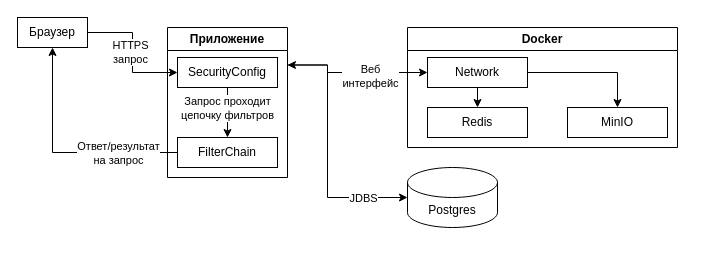
Above: page "Абстрактные компоненты" (1 of 3) of Схема компонентов.drawio in IlyaSannikow/e-catalog.ru (draw.io), before the change. Source tidied: cells renumbered, new cells numbered last; positions are measured from the earlier drawing's top-left corner, leaving out a move shared by most shapes. Both pictures are drawn from the tidied source at 100%, with x=0, y=0 at pixel (17, 17).
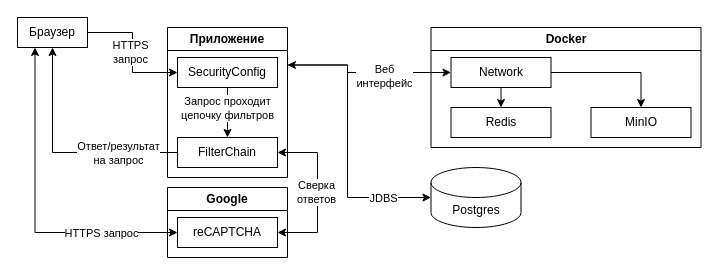
The same page after the edit.

The change refers to these unchanged cells:
```xml
<mxCell id="4" value="Браузер" style="rounded=0;whiteSpace=wrap;html=1;" parent="1" vertex="1">
  <mxGeometry width="70" height="30" as="geometry" />
</mxCell>
<mxCell id="7" value="Приложение" style="swimlane;whiteSpace=wrap;html=1;startSize=23;" parent="1" vertex="1">
  <mxGeometry x="150" y="10" width="120" height="150" as="geometry" />
</mxCell>
<mxCell id="11" value="FilterChain" style="rounded=0;whiteSpace=wrap;html=1;" parent="7" vertex="1">
  <mxGeometry x="10" y="110" width="100" height="30" as="geometry" />
</mxCell>
<mxCell id="17" value="Network" style="rounded=0;whiteSpace=wrap;html=1;" parent="14" vertex="1">
  <mxGeometry x="20" y="30" width="100" height="30" as="geometry" />
</mxCell>
```

Change to the diagram source:
```diff
@@
+    <mxCell id="23" style="edgeStyle=orthogonalEdgeStyle;rounded=0;jettySize=auto;html=1;exitX=0.25;exitY=1;exitDx=0;exitDy=0;entryX=0;entryY=0.5;entryDx=0;entryDy=0;startArrow=classic;startFill=1;" parent="1" edge="1" source="4" target="28">
+      <mxGeometry relative="1" as="geometry" />
+    </mxCell>
+    <mxCell id="24" value="HTTPS запрос" style="edgeLabel;html=1;align=center;verticalAlign=middle;" parent="23" vertex="1">
+      <mxGeometry x="0.53" relative="1" as="geometry" />
+    </mxCell>
@@
     <mxCell id="5" style="edgeStyle=orthogonalEdgeStyle;rounded=0;jettySize=auto;html=1;exitX=1;exitY=0.25;exitDx=0;exitDy=0;entryX=0;entryY=0.5;entryDx=0;entryDy=0;" parent="1" edge="1" source="7" target="17">
       <mxGeometry relative="1" as="geometry">
         <Array as="points">
-          <mxPoint x="310" y="48" />
-          <mxPoint x="310" y="55" />
+          <mxPoint x="330" y="48" />
+          <mxPoint x="330" y="55" />
         </Array>
       </mxGeometry>
     </mxCell>
@@
+    <mxCell id="25" style="edgeStyle=orthogonalEdgeStyle;rounded=0;jettySize=auto;html=1;exitX=1;exitY=0.5;exitDx=0;exitDy=0;entryX=1;entryY=0.5;entryDx=0;entryDy=0;startArrow=classic;startFill=1;" parent="1" edge="1" source="11" target="28">
+      <mxGeometry relative="1" as="geometry">
+        <Array as="points">
+          <mxPoint x="300" y="135" />
+          <mxPoint x="300" y="215" />
+        </Array>
+      </mxGeometry>
+    </mxCell>
+    <mxCell id="26" value="Сверка&lt;div&gt;ответов&lt;/div&gt;" style="edgeLabel;html=1;align=center;verticalAlign=middle;" parent="25" vertex="1">
+      <mxGeometry x="-0.01" y="-2" relative="1" as="geometry" />
+    </mxCell>
@@
     <mxCell id="14" value="Docker" style="swimlane;whiteSpace=wrap;html=1;startSize=23;" parent="1" vertex="1">
-      <mxGeometry x="390" y="10" width="270" height="120" as="geometry" />
+      <mxGeometry x="413.5" y="10" width="270" height="120" as="geometry" />
     </mxCell>
@@
     <mxCell id="20" value="Postgres" style="shape=cylinder3;whiteSpace=wrap;html=1;boundedLbl=1;backgroundOutline=1;size=15;" parent="1" vertex="1">
-      <mxGeometry x="390" y="150" width="90" height="60" as="geometry" />
+      <mxGeometry x="413.5" y="150" width="90" height="60" as="geometry" />
     </mxCell>
     <mxCell id="21" style="edgeStyle=orthogonalEdgeStyle;rounded=0;jettySize=auto;html=1;exitX=1;exitY=0.25;exitDx=0;exitDy=0;entryX=0;entryY=0.5;entryDx=0;entryDy=0;entryPerimeter=0;startArrow=classic;startFill=1;" parent="1" edge="1" source="7" target="20">
       <mxGeometry relative="1" as="geometry">
         <Array as="points">
-          <mxPoint x="310" y="48" />
-          <mxPoint x="310" y="180" />
+          <mxPoint x="330" y="48" />
+          <mxPoint x="330" y="180" />
         </Array>
       </mxGeometry>
     </mxCell>
@@
+    <mxCell id="27" value="Google" style="swimlane;whiteSpace=wrap;html=1;" parent="1" vertex="1">
+      <mxGeometry x="150" y="170" width="120" height="70" as="geometry" />
+    </mxCell>
+    <mxCell id="28" value="reCAPTCHA" style="rounded=0;whiteSpace=wrap;html=1;" parent="27" vertex="1">
+      <mxGeometry x="10" y="30" width="100" height="30" as="geometry" />
+    </mxCell>
+    <mxCell id="29" style="edgeStyle=orthogonalEdgeStyle;rounded=0;orthogonalLoop=1;jettySize=auto;html=1;exitX=0.5;exitY=1;exitDx=0;exitDy=0;" parent="27" edge="1" source="28" target="28">
+      <mxGeometry relative="1" as="geometry" />
+    </mxCell>
```
